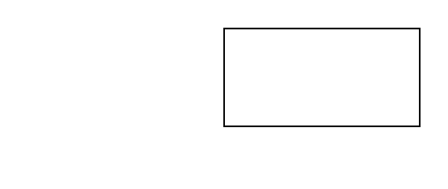
Above: 画图.drawio in FlyThroughAir/DrawHere (draw.io), before the change. Source tidied: cells renumbered, new cells numbered last; positions are measured from the earlier drawing's top-left corner, leaving out a move shared by most shapes. Both pictures are drawn from the tidied source at 163%, with x=0, y=0 at pixel (223, 28).
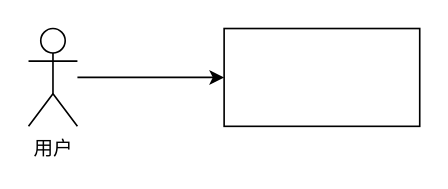
The same page after the edit.

What changed in the source:
```diff
@@
 <mxGraphModel>
   <root>
     <mxCell id="0" />
     <mxCell id="1" parent="0" />
     <mxCell id="2" style="rounded=0;whiteSpace=wrap;html=1;" parent="1" vertex="1">
       <mxGeometry width="120" height="60" as="geometry" />
     </mxCell>
+    <mxCell id="3" style="edgeStyle=orthogonalEdgeStyle;rounded=0;jettySize=auto;html=1;" parent="1" edge="1" source="4" target="2">
+      <mxGeometry relative="1" as="geometry" />
+    </mxCell>
+    <mxCell id="4" value="用户" style="shape=umlActor;verticalLabelPosition=bottom;verticalAlign=top;html=1;outlineConnect=0;" parent="1" vertex="1">
+      <mxGeometry x="-120" width="30" height="60" as="geometry" />
+    </mxCell>
   </root>
 </mxGraphModel>
```
